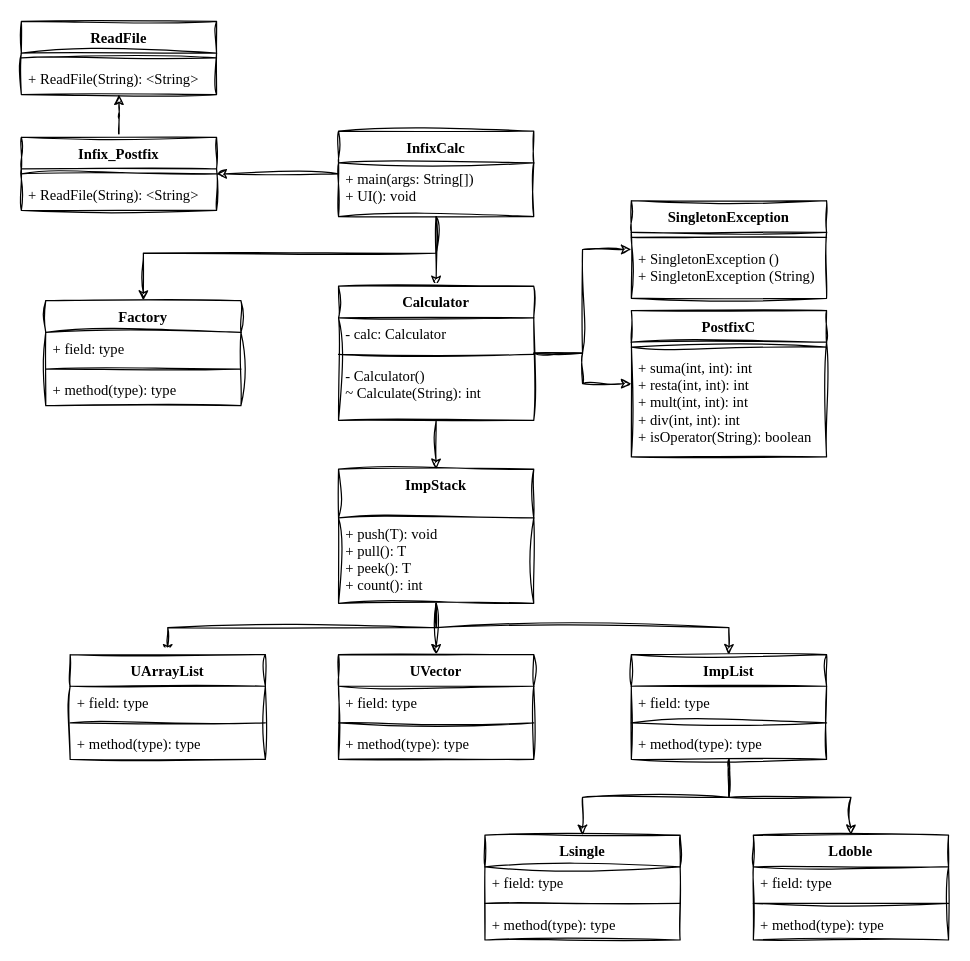
The draw.io diagram UML/DiagramaDeClases HDT4.drawio in Fabiola-cc/HojaDeTrabajo4, before the edit. Source tidied: cells renumbered, new cells numbered last; positions are measured from the earlier drawing's top-left corner, leaving out a move shared by most shapes. Both pictures are drawn from the tidied source at 122%, with x=0, y=0 at pixel (21, 21).
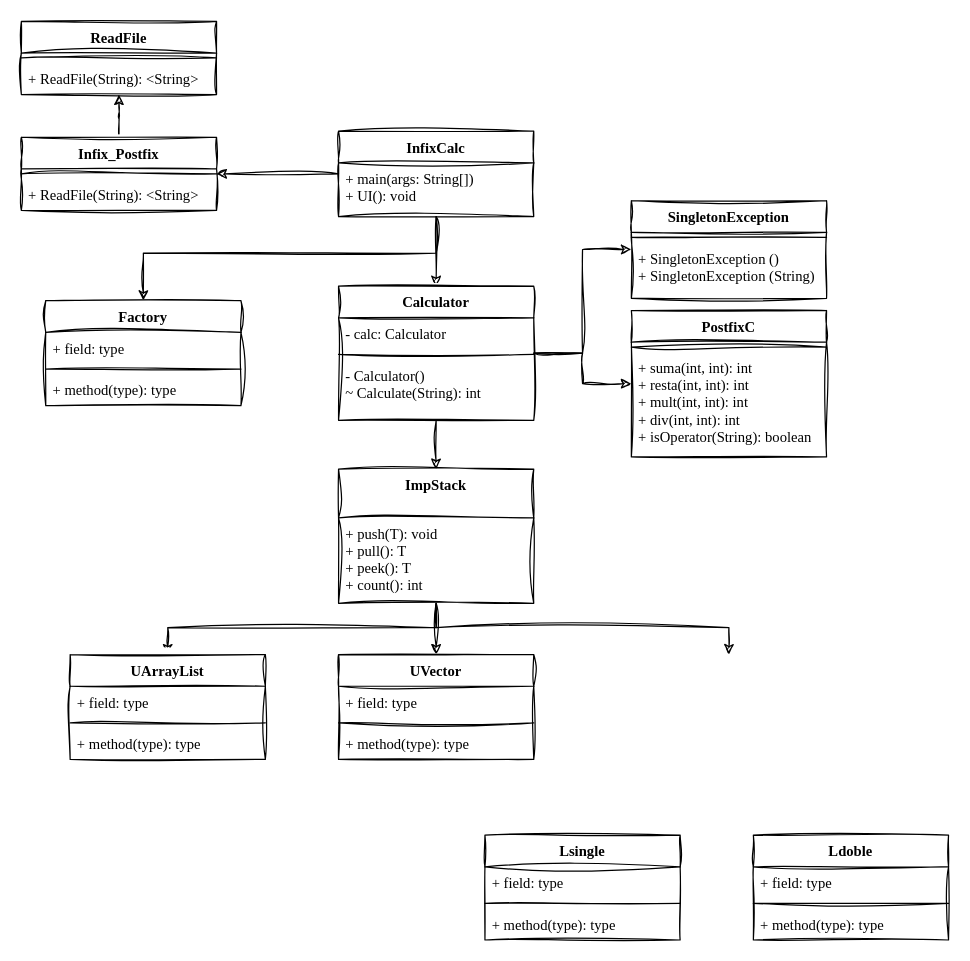
The same diagram, later.

Unchanged cells that the change refers to:
```xml
<mxCell id="20" value="ImpStack" style="swimlane;fontStyle=1;align=center;verticalAlign=top;horizontal=1;startSize=40;sketch=1;hachureGap=4;jiggle=2;curveFitting=1;fontFamily=Garamond;fontSize=12;" parent="1" vertex="1">
  <mxGeometry x="260" y="367" width="160" height="110" as="geometry" />
</mxCell>
<mxCell id="36" value="Lsingle" style="swimlane;fontStyle=1;align=center;verticalAlign=top;horizontal=1;startSize=26;sketch=1;hachureGap=4;jiggle=2;curveFitting=1;fontFamily=Garamond;fontSize=12;" parent="1" vertex="1">
  <mxGeometry x="380" y="667" width="160" height="86" as="geometry" />
</mxCell>
<mxCell id="54" value="Ldoble" style="swimlane;fontStyle=1;align=center;verticalAlign=top;horizontal=1;startSize=26;sketch=1;hachureGap=4;jiggle=2;curveFitting=1;fontFamily=Garamond;fontSize=12;" parent="1" vertex="1">
  <mxGeometry x="600" y="667" width="160" height="86" as="geometry" />
</mxCell>
```

Change to the diagram source:
```diff
@@
-    <mxCell id="19" style="edgeStyle=orthogonalEdgeStyle;rounded=0;sketch=1;hachureGap=4;jiggle=2;curveFitting=1;jettySize=auto;html=1;fontFamily=Garamond;fontSize=12;" parent="1" edge="1" source="20" target="32">
+    <mxCell id="19" style="edgeStyle=orthogonalEdgeStyle;rounded=0;sketch=1;hachureGap=4;jiggle=2;curveFitting=1;jettySize=auto;html=1;fontFamily=Garamond;fontSize=12;" parent="1" edge="1" source="20">
       <mxGeometry relative="1" as="geometry">
+        <mxPoint x="580" y="519" as="targetPoint" />
         <Array as="points">
           <mxPoint x="340" y="497" />
           <mxPoint x="580" y="497" />
         </Array>
       </mxGeometry>
     </mxCell>
@@
-    <mxCell id="30" style="edgeStyle=orthogonalEdgeStyle;rounded=0;sketch=1;hachureGap=4;jiggle=2;curveFitting=1;jettySize=auto;html=1;fontFamily=Garamond;fontSize=12;" parent="1" edge="1" source="32" target="36">
-      <mxGeometry relative="1" as="geometry" />
-    </mxCell>
-    <mxCell id="31" style="edgeStyle=orthogonalEdgeStyle;rounded=0;sketch=1;hachureGap=4;jiggle=2;curveFitting=1;jettySize=auto;html=1;fontFamily=Garamond;fontSize=12;" parent="1" edge="1" source="32" target="54">
-      <mxGeometry relative="1" as="geometry" />
-    </mxCell>
-    <mxCell id="32" value="ImpList" style="swimlane;fontStyle=1;align=center;verticalAlign=top;horizontal=1;startSize=26;sketch=1;hachureGap=4;jiggle=2;curveFitting=1;fontFamily=Garamond;fontSize=12;" parent="1" vertex="1">
-      <mxGeometry x="500" y="519" width="160" height="86" as="geometry" />
-    </mxCell>
-    <mxCell id="33" value="+ field: type" style="text;strokeColor=none;fillColor=none;align=left;verticalAlign=top;spacingLeft=4;spacingRight=4;overflow=hidden;fontSize=12;fontFamily=Garamond;" parent="32" vertex="1">
-      <mxGeometry y="26" width="160" height="26" as="geometry" />
-    </mxCell>
-    <mxCell id="34" style="line;strokeWidth=1;fillColor=none;align=left;verticalAlign=middle;spacingTop=-1;spacingLeft=3;spacingRight=3;labelPosition=right;strokeColor=inherit;sketch=1;hachureGap=4;jiggle=2;curveFitting=1;fontFamily=Garamond;fontSize=12;" parent="32" vertex="1">
-      <mxGeometry y="52" width="160" height="8" as="geometry" />
-    </mxCell>
-    <mxCell id="35" value="+ method(type): type" style="text;strokeColor=none;fillColor=none;align=left;verticalAlign=top;spacingLeft=4;spacingRight=4;overflow=hidden;fontSize=12;fontFamily=Garamond;" parent="32" vertex="1">
-      <mxGeometry y="60" width="160" height="26" as="geometry" />
-    </mxCell>
```
